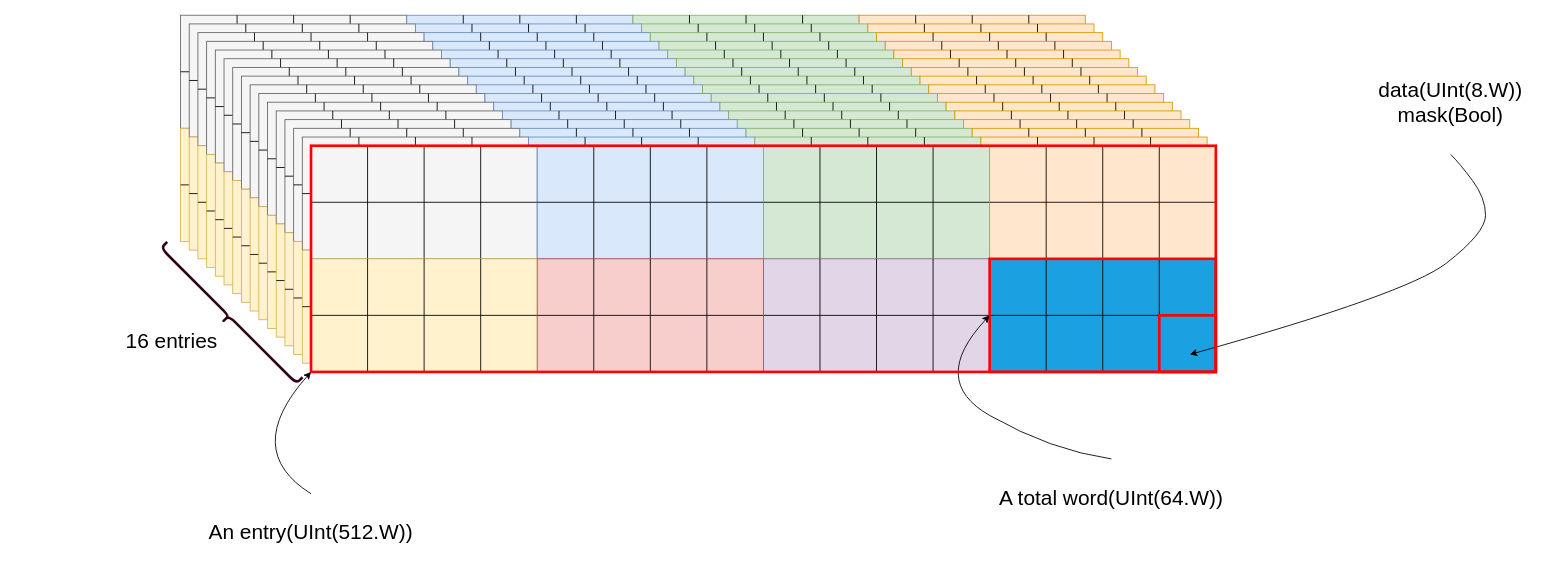
This is sbuffer.drawio from happy-lx/drawio, a draw.io file, before an edit. Source tidied: cells renumbered, new cells numbered last; positions are measured from the earlier drawing's top-left corner, leaving out a move shared by most shapes. Both pictures are drawn from the tidied source at 87%, with x=0, y=0 at pixel (15, 15).
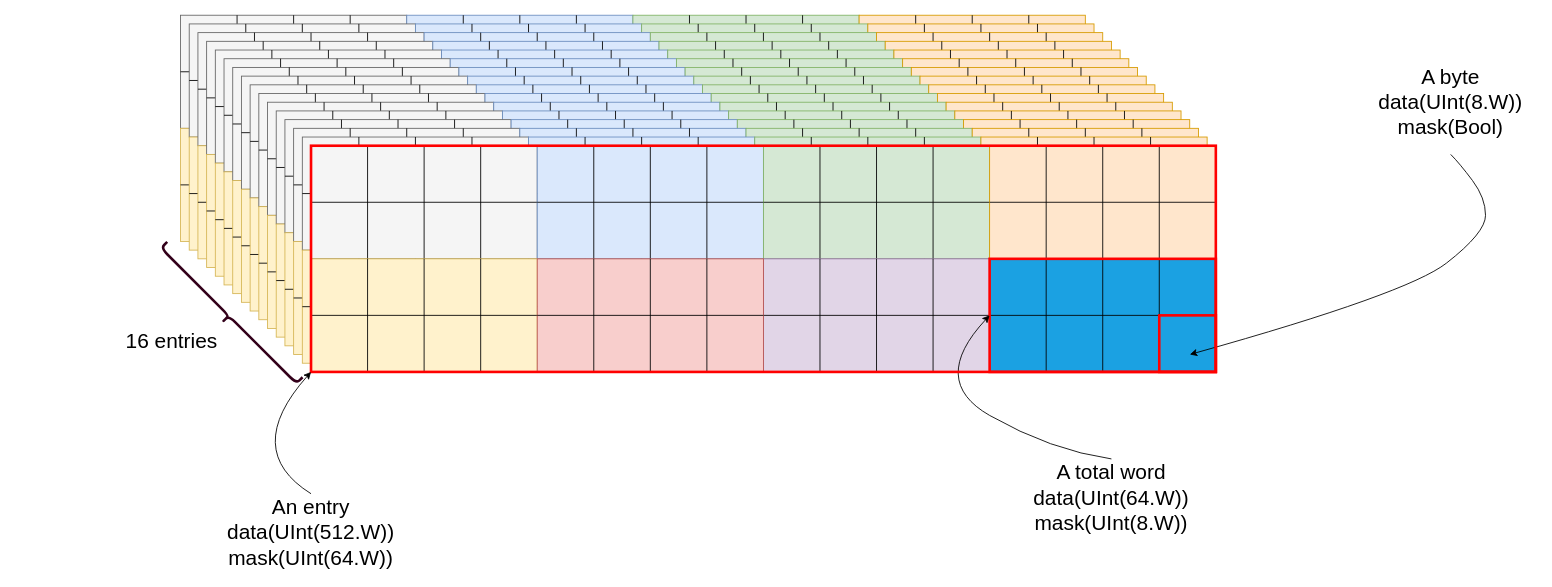
The same diagram, later.

The edit, as a diff of the source:
```diff
@@
-    <mxCell id="7" value="&lt;font style=&quot;font-size: 24px;&quot;&gt;data(UInt(8.W))&lt;br style=&quot;&quot;&gt;mask(Bool)&lt;/font&gt;" style="text;html=1;strokeColor=none;fillColor=none;align=center;verticalAlign=middle;whiteSpace=wrap;rounded=0;fontSize=16;" parent="1" vertex="1">
+    <mxCell id="7" value="&lt;font style=&quot;font-size: 24px;&quot;&gt;A byte&lt;br&gt;data(UInt(8.W))&lt;br style=&quot;&quot;&gt;mask(Bool)&lt;/font&gt;" style="text;html=1;strokeColor=none;fillColor=none;align=center;verticalAlign=middle;whiteSpace=wrap;rounded=0;fontSize=16;" parent="1" vertex="1">
       <mxGeometry x="1550" y="40" width="200" height="120" as="geometry" />
     </mxCell>
@@
-    <mxCell id="646" value="&lt;span style=&quot;font-size: 24px;&quot;&gt;A total word(UInt(64.W))&lt;/span&gt;" style="text;html=1;strokeColor=none;fillColor=none;align=center;verticalAlign=middle;whiteSpace=wrap;rounded=0;fontSize=16;" parent="1" vertex="1">
+    <mxCell id="646" value="&lt;span style=&quot;font-size: 24px;&quot;&gt;A total word&lt;br&gt;data(UInt(64.W))&lt;br&gt;mask(UInt(8.W))&lt;br&gt;&lt;/span&gt;" style="text;html=1;strokeColor=none;fillColor=none;align=center;verticalAlign=middle;whiteSpace=wrap;rounded=0;fontSize=16;" parent="1" vertex="1">
       <mxGeometry x="1080" y="510" width="360" height="90" as="geometry" />
     </mxCell>
@@
-    <mxCell id="649" value="&lt;span style=&quot;font-size: 24px;&quot;&gt;An entry(UInt(512.W))&lt;/span&gt;" style="text;html=1;strokeColor=none;fillColor=none;align=center;verticalAlign=middle;whiteSpace=wrap;rounded=0;fontSize=16;" parent="1" vertex="1">
+    <mxCell id="649" value="&lt;span style=&quot;font-size: 24px;&quot;&gt;An entry&lt;br&gt;data(&lt;/span&gt;&lt;span style=&quot;font-size: 24px;&quot;&gt;UInt(512.W)&lt;/span&gt;&lt;span style=&quot;font-size: 24px;&quot;&gt;)&lt;br&gt;mask(UInt(64.W))&lt;br&gt;&lt;/span&gt;" style="text;html=1;strokeColor=none;fillColor=none;align=center;verticalAlign=middle;whiteSpace=wrap;rounded=0;fontSize=16;" parent="1" vertex="1">
       <mxGeometry x="160" y="550" width="360" height="90" as="geometry" />
     </mxCell>
```
